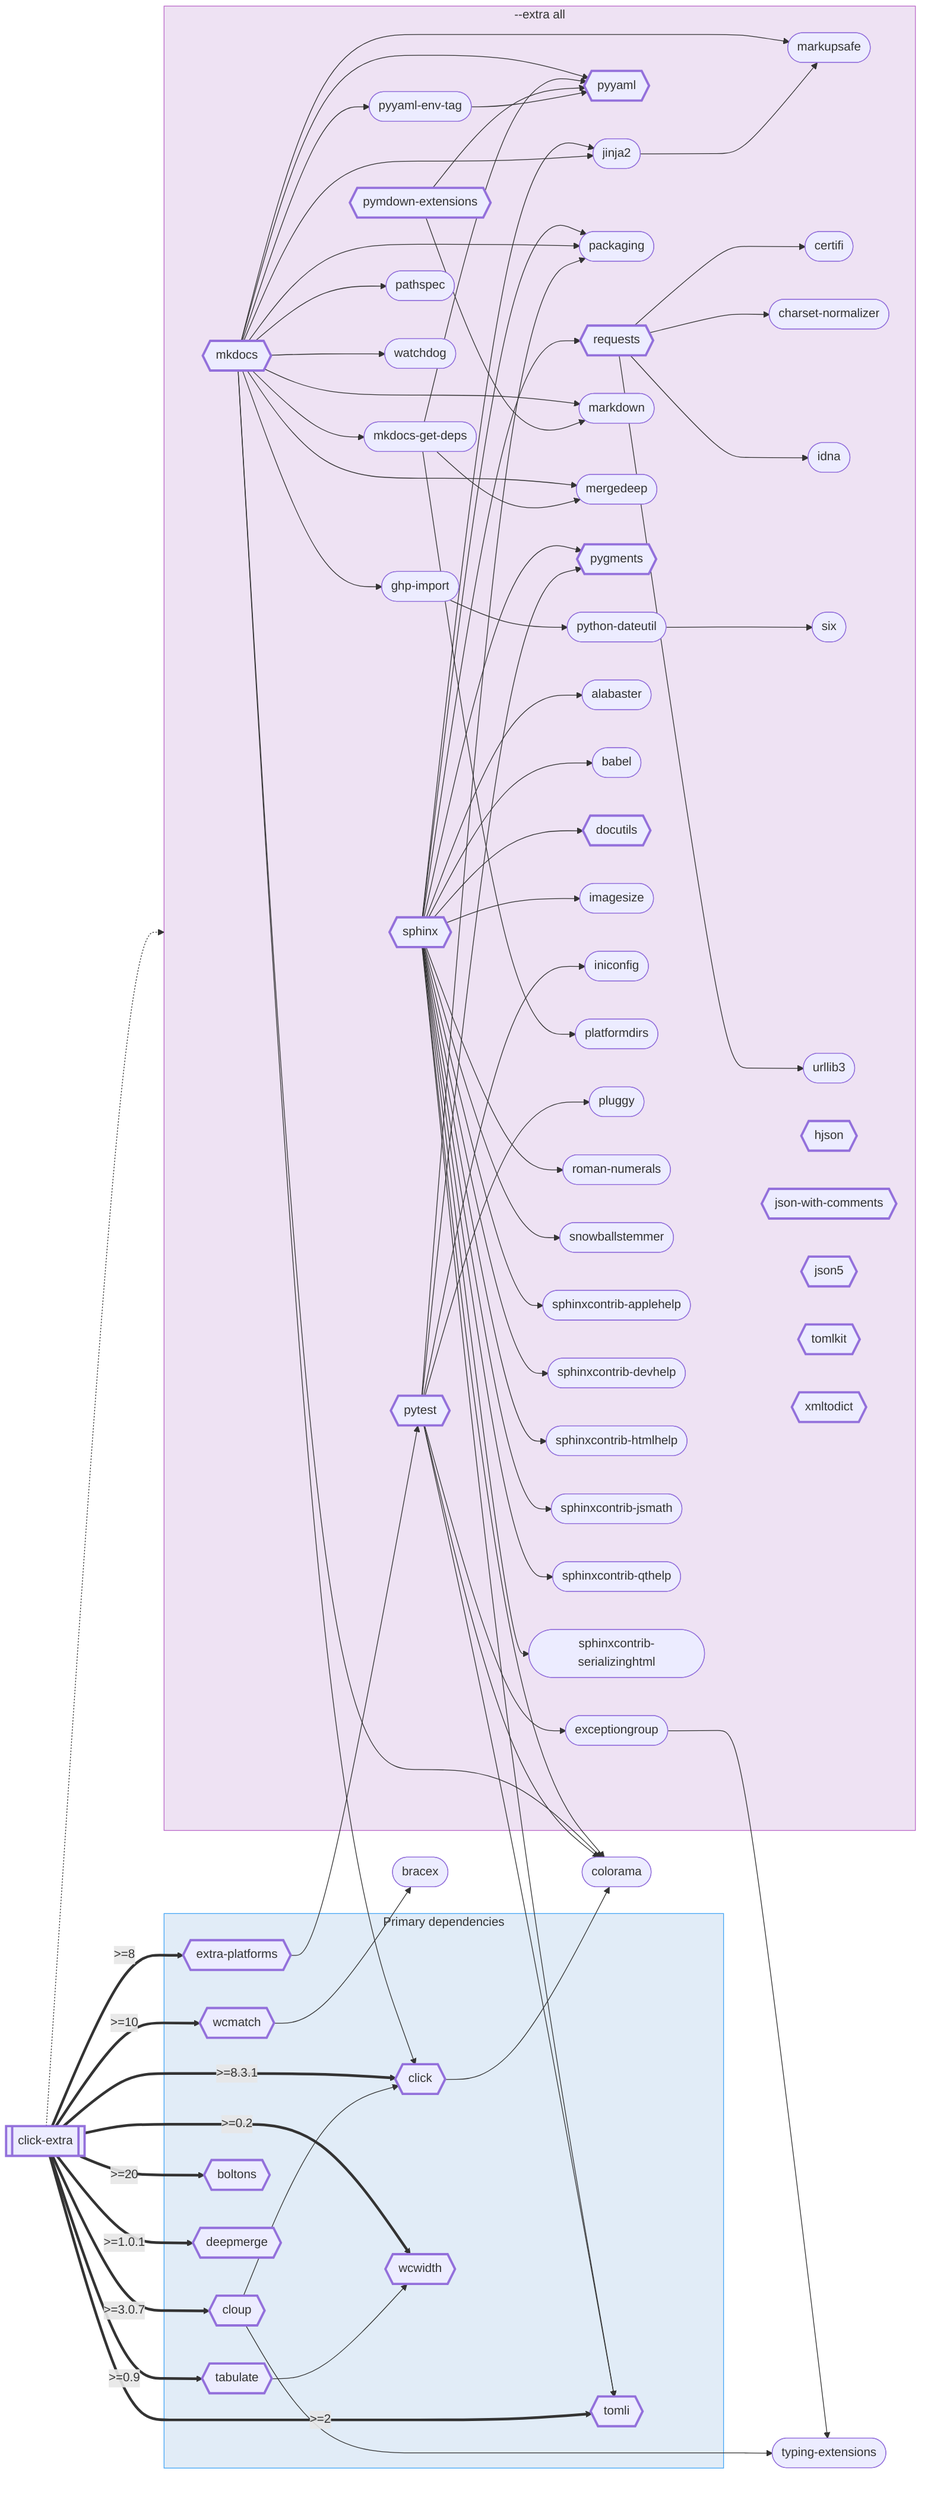
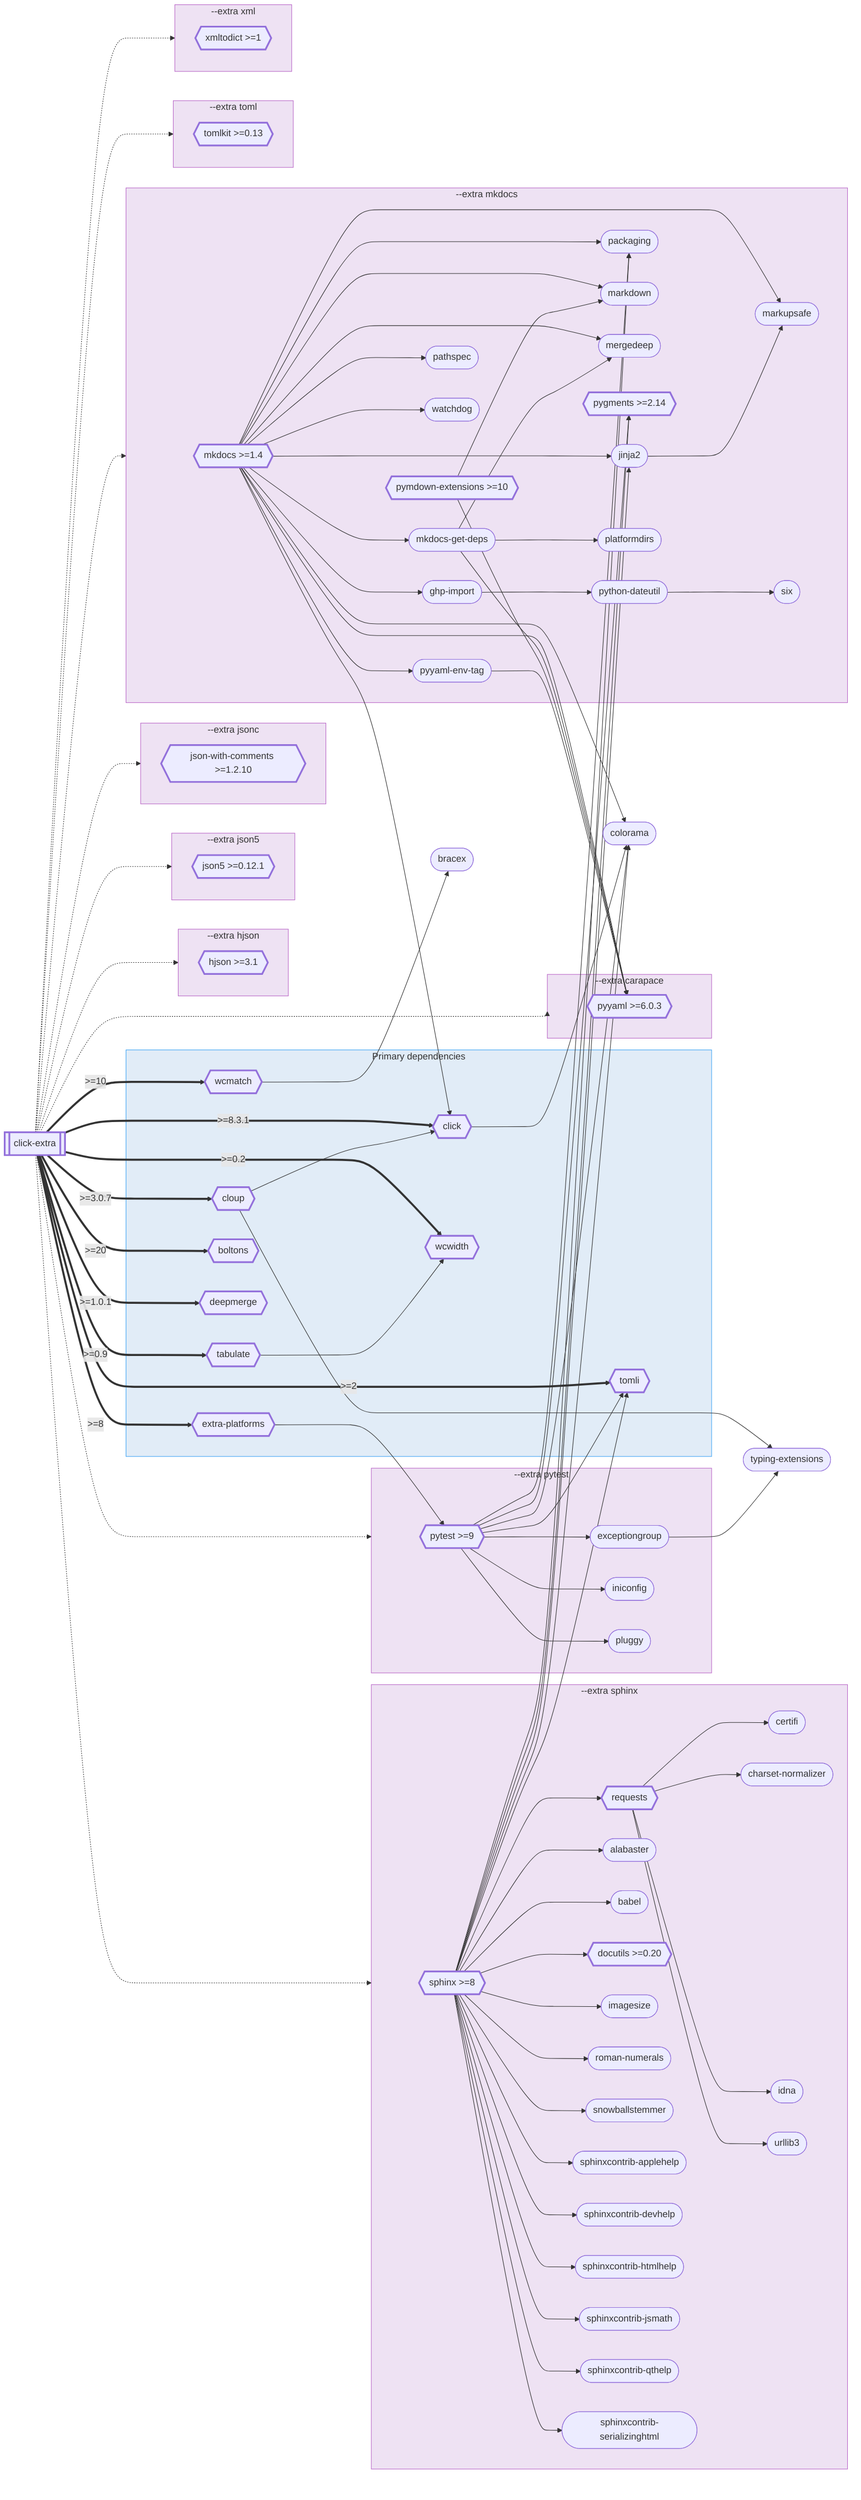
flowchart LR
    click_extra[["`click-extra`"]]

    subgraph primary-deps [Primary dependencies]
        extra_platforms{{"`extra-platforms`"}}
        cloup{{"`cloup`"}}
        click_0{{"`click`"}}
        tabulate{{"`tabulate`"}}
        wcmatch{{"`wcmatch`"}}
        tomli{{"`tomli`"}}
        wcwidth{{"`wcwidth`"}}
        boltons{{"`boltons`"}}
        deepmerge{{"`deepmerge`"}}
    end

    colorama(["`colorama`"])
    typing_extensions(["`typing-extensions`"])
    bracex(["`bracex`"])

-     subgraph ext_all [--extra all]
-         sphinx{{"`sphinx`"}}
-         mkdocs{{"`mkdocs`"}}
-         pytest{{"`pytest`"}}
-         requests{{"`requests`"}}
+     subgraph ext_carapace [--extra carapace]
+         pyyaml{{"`pyyaml >=6.0.3`"}}
+     end
+ 
+     subgraph ext_hjson [--extra hjson]
+         hjson{{"`hjson >=3.1`"}}
+     end
+ 
+     subgraph ext_json5 [--extra json5]
+         json5{{"`json5 >=0.12.1`"}}
+     end
+ 
+     subgraph ext_jsonc [--extra jsonc]
+         json_with_comments{{"`json-with-comments >=1.2.10`"}}
+     end
+ 
+     subgraph ext_mkdocs [--extra mkdocs]
+         mkdocs{{"`mkdocs >=1.4`"}}
        mkdocs_get_deps(["`mkdocs-get-deps`"])
-         pyyaml{{"`pyyaml`"}}
        jinja2(["`jinja2`"])
        packaging(["`packaging`"])
-         exceptiongroup(["`exceptiongroup`"])
        ghp_import(["`ghp-import`"])
        markdown(["`markdown`"])
        markupsafe(["`markupsafe`"])
        mergedeep(["`mergedeep`"])
-         pygments{{"`pygments`"}}
-         pymdown_extensions{{"`pymdown-extensions`"}}
+         pygments{{"`pygments >=2.14`"}}
+         pymdown_extensions{{"`pymdown-extensions >=10`"}}
        python_dateutil(["`python-dateutil`"])
        pyyaml_env_tag(["`pyyaml-env-tag`"])
+         pathspec(["`pathspec`"])
+         platformdirs(["`platformdirs`"])
+         six(["`six`"])
+         watchdog(["`watchdog`"])
+     end
+ 
+     subgraph ext_pytest [--extra pytest]
+         pytest{{"`pytest >=9`"}}
+         exceptiongroup(["`exceptiongroup`"])
+         iniconfig(["`iniconfig`"])
+         pluggy(["`pluggy`"])
+     end
+ 
+     subgraph ext_sphinx [--extra sphinx]
+         sphinx{{"`sphinx >=8`"}}
+         requests{{"`requests`"}}
        alabaster(["`alabaster`"])
        babel(["`babel`"])
        certifi(["`certifi`"])
        charset_normalizer(["`charset-normalizer`"])
-         docutils{{"`docutils`"}}
+         docutils{{"`docutils >=0.20`"}}
        idna(["`idna`"])
        imagesize(["`imagesize`"])
-         iniconfig(["`iniconfig`"])
-         pathspec(["`pathspec`"])
-         platformdirs(["`platformdirs`"])
-         pluggy(["`pluggy`"])
        roman_numerals(["`roman-numerals`"])
-         six(["`six`"])
        snowballstemmer(["`snowballstemmer`"])
        sphinxcontrib_applehelp(["`sphinxcontrib-applehelp`"])
        sphinxcontrib_devhelp(["`sphinxcontrib-devhelp`"])
        sphinxcontrib_htmlhelp(["`sphinxcontrib-htmlhelp`"])
        sphinxcontrib_jsmath(["`sphinxcontrib-jsmath`"])
        sphinxcontrib_qthelp(["`sphinxcontrib-qthelp`"])
        sphinxcontrib_serializinghtml(["`sphinxcontrib-serializinghtml`"])
        urllib3(["`urllib3`"])
-         watchdog(["`watchdog`"])
-         hjson{{"`hjson`"}}
-         json_with_comments{{"`json-with-comments`"}}
-         json5{{"`json5`"}}
-         tomlkit{{"`tomlkit`"}}
-         xmltodict{{"`xmltodict`"}}
+     end
+ 
+     subgraph ext_toml [--extra toml]
+         tomlkit{{"`tomlkit >=0.13`"}}
+     end
+ 
+     subgraph ext_xml [--extra xml]
+         xmltodict{{"`xmltodict >=1`"}}
    end

    click_extra ==>|" >=8.3.1 "| click_0
    click_extra ==>|" >=3.0.7 "| cloup
    click_extra ==>|" >=2 "| tomli
    click_extra ==>|" >=8 "| extra_platforms
    click_extra ==>|" >=0.9 "| tabulate
    click_extra ==>|" >=10 "| wcmatch
    click_extra ==>|" >=0.2 "| wcwidth
    click_extra ==>|" >=20 "| boltons
    click_extra ==>|" >=1.0.1 "| deepmerge
    sphinx --> requests
    sphinx --> colorama
    sphinx --> jinja2
    sphinx --> packaging
    sphinx --> pygments
    sphinx --> tomli
    sphinx --> alabaster
    sphinx --> babel
    sphinx --> docutils
    sphinx --> imagesize
    sphinx --> roman_numerals
    sphinx --> snowballstemmer
    sphinx --> sphinxcontrib_applehelp
    sphinx --> sphinxcontrib_devhelp
    sphinx --> sphinxcontrib_htmlhelp
    sphinx --> sphinxcontrib_jsmath
    sphinx --> sphinxcontrib_qthelp
    sphinx --> sphinxcontrib_serializinghtml
    mkdocs --> mkdocs_get_deps
    mkdocs --> pyyaml
    mkdocs --> click_0
    mkdocs --> colorama
    mkdocs --> jinja2
    mkdocs --> packaging
    mkdocs --> ghp_import
    mkdocs --> markdown
    mkdocs --> markupsafe
    mkdocs --> mergedeep
    mkdocs --> pyyaml_env_tag
    mkdocs --> pathspec
    mkdocs --> watchdog
    pytest --> colorama
    pytest --> packaging
    pytest --> exceptiongroup
    pytest --> pygments
    pytest --> tomli
    pytest --> iniconfig
    pytest --> pluggy
    requests --> certifi
    requests --> charset_normalizer
    requests --> idna
    requests --> urllib3
    mkdocs_get_deps --> pyyaml
    mkdocs_get_deps --> mergedeep
    mkdocs_get_deps --> platformdirs
    click_0 --> colorama
    jinja2 --> markupsafe
    cloup --> click_0
    cloup --> typing_extensions
    exceptiongroup --> typing_extensions
    ghp_import --> python_dateutil
    pymdown_extensions --> pyyaml
    pymdown_extensions --> markdown
    python_dateutil --> six
    pyyaml_env_tag --> pyyaml
    extra_platforms --> pytest
    tabulate --> wcwidth
    wcmatch --> bracex
-     click_extra -.-> ext_all
+     click_extra -.-> ext_carapace
+     click_extra -.-> ext_hjson
+     click_extra -.-> ext_json5
+     click_extra -.-> ext_jsonc
+     click_extra -.-> ext_mkdocs
+     click_extra -.-> ext_pytest
+     click_extra -.-> ext_sphinx
+     click_extra -.-> ext_toml
+     click_extra -.-> ext_xml

    click alabaster "https://pypi.org/project/alabaster/" _blank
    click babel "https://pypi.org/project/babel/" _blank
    click boltons "https://pypi.org/project/boltons/" _blank
    click bracex "https://pypi.org/project/bracex/" _blank
    click certifi "https://pypi.org/project/certifi/" _blank
    click charset_normalizer "https://pypi.org/project/charset-normalizer/" _blank
    click click_0 "https://pypi.org/project/click/" _blank
    click click_extra "https://pypi.org/project/click-extra/" _blank
    click cloup "https://pypi.org/project/cloup/" _blank
    click colorama "https://pypi.org/project/colorama/" _blank
    click deepmerge "https://pypi.org/project/deepmerge/" _blank
    click docutils "https://pypi.org/project/docutils/" _blank
    click exceptiongroup "https://pypi.org/project/exceptiongroup/" _blank
    click extra_platforms "https://pypi.org/project/extra-platforms/" _blank
    click ghp_import "https://pypi.org/project/ghp-import/" _blank
    click hjson "https://pypi.org/project/hjson/" _blank
    click idna "https://pypi.org/project/idna/" _blank
    click imagesize "https://pypi.org/project/imagesize/" _blank
    click iniconfig "https://pypi.org/project/iniconfig/" _blank
    click jinja2 "https://pypi.org/project/jinja2/" _blank
    click json_with_comments "https://pypi.org/project/json-with-comments/" _blank
    click json5 "https://pypi.org/project/json5/" _blank
    click markdown "https://pypi.org/project/markdown/" _blank
    click markupsafe "https://pypi.org/project/markupsafe/" _blank
    click mergedeep "https://pypi.org/project/mergedeep/" _blank
    click mkdocs "https://pypi.org/project/mkdocs/" _blank
    click mkdocs_get_deps "https://pypi.org/project/mkdocs-get-deps/" _blank
    click packaging "https://pypi.org/project/packaging/" _blank
    click pathspec "https://pypi.org/project/pathspec/" _blank
    click platformdirs "https://pypi.org/project/platformdirs/" _blank
    click pluggy "https://pypi.org/project/pluggy/" _blank
    click pygments "https://pypi.org/project/pygments/" _blank
    click pymdown_extensions "https://pypi.org/project/pymdown-extensions/" _blank
    click pytest "https://pypi.org/project/pytest/" _blank
    click python_dateutil "https://pypi.org/project/python-dateutil/" _blank
    click pyyaml "https://pypi.org/project/pyyaml/" _blank
    click pyyaml_env_tag "https://pypi.org/project/pyyaml-env-tag/" _blank
    click requests "https://pypi.org/project/requests/" _blank
    click roman_numerals "https://pypi.org/project/roman-numerals/" _blank
    click six "https://pypi.org/project/six/" _blank
    click snowballstemmer "https://pypi.org/project/snowballstemmer/" _blank
    click sphinx "https://pypi.org/project/sphinx/" _blank
    click sphinxcontrib_applehelp "https://pypi.org/project/sphinxcontrib-applehelp/" _blank
    click sphinxcontrib_devhelp "https://pypi.org/project/sphinxcontrib-devhelp/" _blank
    click sphinxcontrib_htmlhelp "https://pypi.org/project/sphinxcontrib-htmlhelp/" _blank
    click sphinxcontrib_jsmath "https://pypi.org/project/sphinxcontrib-jsmath/" _blank
    click sphinxcontrib_qthelp "https://pypi.org/project/sphinxcontrib-qthelp/" _blank
    click sphinxcontrib_serializinghtml "https://pypi.org/project/sphinxcontrib-serializinghtml/" _blank
    click tabulate "https://pypi.org/project/tabulate/" _blank
    click tomli "https://pypi.org/project/tomli/" _blank
    click tomlkit "https://pypi.org/project/tomlkit/" _blank
    click typing_extensions "https://pypi.org/project/typing-extensions/" _blank
    click urllib3 "https://pypi.org/project/urllib3/" _blank
    click watchdog "https://pypi.org/project/watchdog/" _blank
    click wcmatch "https://pypi.org/project/wcmatch/" _blank
    click wcwidth "https://pypi.org/project/wcwidth/" _blank
    click xmltodict "https://pypi.org/project/xmltodict/" _blank

    style click_extra stroke-width:3px
    style boltons stroke-width:3px
    style click_0 stroke-width:3px
    style click_extra stroke-width:3px
    style cloup stroke-width:3px
    style deepmerge stroke-width:3px
    style docutils stroke-width:3px
    style extra_platforms stroke-width:3px
    style hjson stroke-width:3px
    style json_with_comments stroke-width:3px
    style json5 stroke-width:3px
    style mkdocs stroke-width:3px
    style pygments stroke-width:3px
    style pymdown_extensions stroke-width:3px
    style pytest stroke-width:3px
    style pyyaml stroke-width:3px
    style requests stroke-width:3px
    style sphinx stroke-width:3px
    style tabulate stroke-width:3px
    style tomli stroke-width:3px
    style tomlkit stroke-width:3px
    style wcmatch stroke-width:3px
    style wcwidth stroke-width:3px
    style xmltodict stroke-width:3px

    style primary-deps fill:#1565C020,stroke:#42A5F5
-     style ext_all fill:#7B1FA220,stroke:#BA68C8
+     style ext_carapace fill:#7B1FA220,stroke:#BA68C8
+     style ext_hjson fill:#7B1FA220,stroke:#BA68C8
+     style ext_json5 fill:#7B1FA220,stroke:#BA68C8
+     style ext_jsonc fill:#7B1FA220,stroke:#BA68C8
+     style ext_mkdocs fill:#7B1FA220,stroke:#BA68C8
+     style ext_pytest fill:#7B1FA220,stroke:#BA68C8
+     style ext_sphinx fill:#7B1FA220,stroke:#BA68C8
+     style ext_toml fill:#7B1FA220,stroke:#BA68C8
+     style ext_xml fill:#7B1FA220,stroke:#BA68C8
